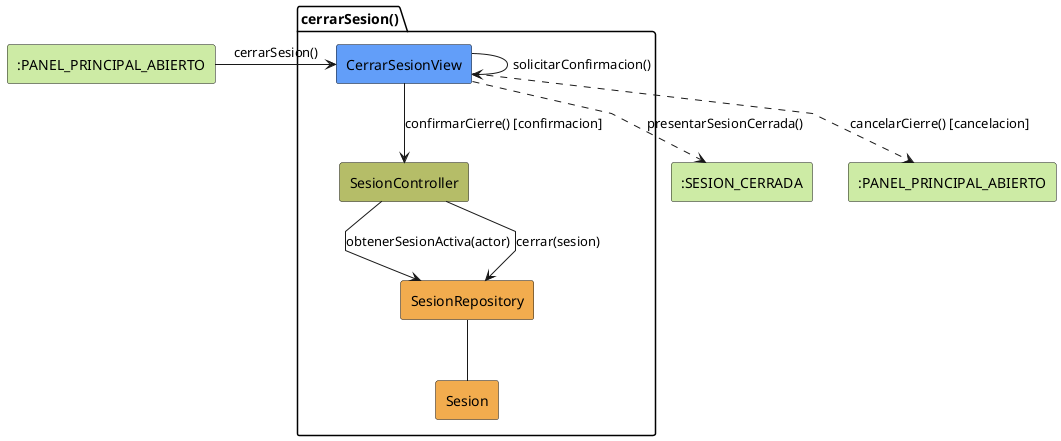
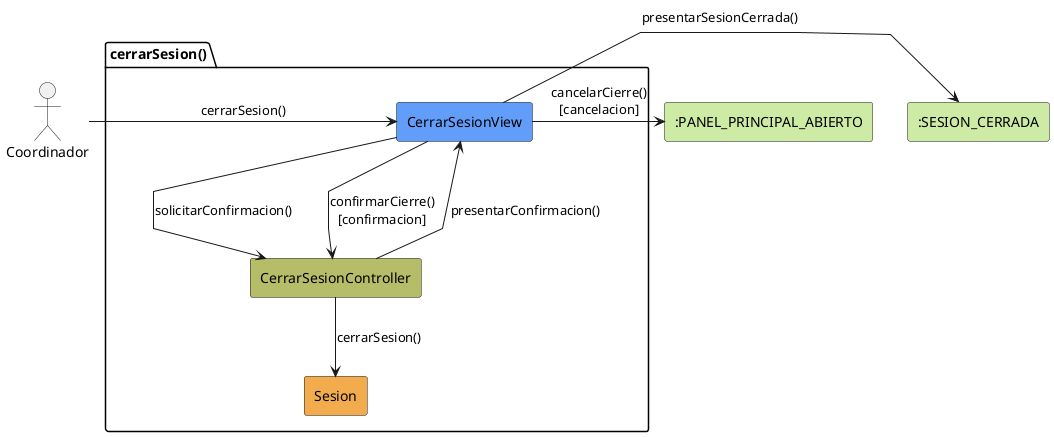
@startuml cerrarSesion-analisis
skinparam linetype polyline

- rectangle #CDEBA5 ":PANEL_PRINCIPAL_ABIERTO" as EstadoEntrada
+ actor Coordinador
+ 
package cerrarSesion as "cerrarSesion()" {
    rectangle #629EF9 CerrarSesionView
-     rectangle #b5bd68 SesionController
-     rectangle #F2AC4E SesionRepository
+     rectangle #b5bd68 CerrarSesionController
    rectangle #F2AC4E Sesion
}

- rectangle #CDEBA5 ":SESION_CERRADA" as EstadoSalida
- rectangle #CDEBA5 ":PANEL_PRINCIPAL_ABIERTO" as EstadoCancelacion
+ rectangle #CDEBA5 ":PANEL_PRINCIPAL_ABIERTO" as PanelPrincipalAbierto
+ rectangle #CDEBA5 ":SESION_CERRADA" as SesionCerrada

+ Coordinador -r-> CerrarSesionView: cerrarSesion()

- EstadoEntrada -r-> CerrarSesionView: cerrarSesion()
+ CerrarSesionView -d-> CerrarSesionController: solicitarConfirmacion()

- CerrarSesionView --> CerrarSesionView: solicitarConfirmacion()
- CerrarSesionView ..> EstadoCancelacion: cancelarCierre() [cancelacion]
- CerrarSesionView -d-> SesionController: confirmarCierre() [confirmacion]
- SesionController --> SesionRepository: obtenerSesionActiva(actor)
- SesionController --> SesionRepository: cerrar(sesion)
- SesionRepository -- Sesion
- CerrarSesionView ..> EstadoSalida: presentarSesionCerrada()
+ CerrarSesionController --> CerrarSesionView: presentarConfirmacion()

+ CerrarSesionView -r-> PanelPrincipalAbierto: cancelarCierre()\n[cancelacion]
+ 
+ CerrarSesionView --> CerrarSesionController: confirmarCierre()\n[confirmacion]
+ 
+ CerrarSesionController --> Sesion: cerrarSesion()
+ 
+ CerrarSesionView -r-> SesionCerrada: presentarSesionCerrada()

@enduml
